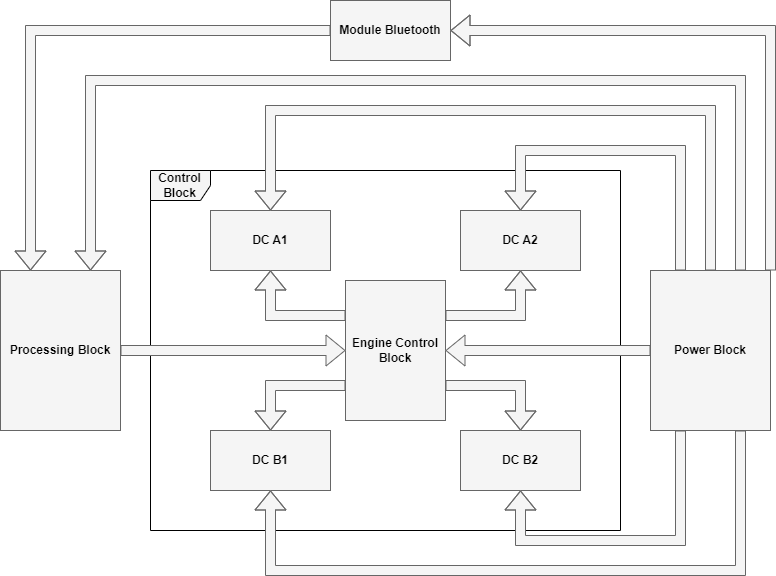
The draw.io diagram Block Diagram.drawio.png in lil-dua/arduino_bluetooth_car, before a commit. Source tidied: cells renumbered, new cells last; positions are measured from the earlier drawing's top-left corner, leaving out a move shared by most shapes.
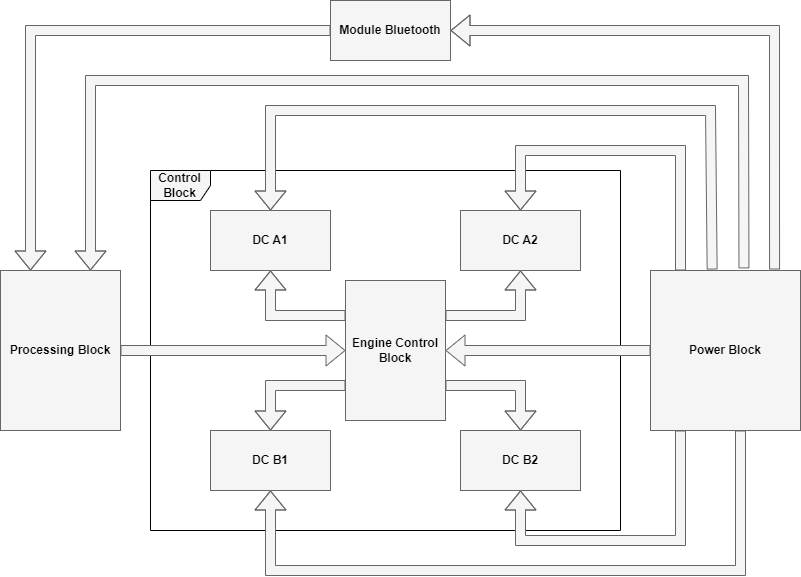
After the change.

Diff of the diagram source:
```diff
@@ -27,7 +27,7 @@
       <mxGeometry x="330" width="120" height="60" as="geometry" />
     </mxCell>
     <mxCell id="10" value="&lt;font color=&quot;#000000&quot;&gt;&lt;b&gt;Power Block&lt;/b&gt;&lt;/font&gt;" style="rounded=0;whiteSpace=wrap;html=1;fillColor=#f5f5f5;fontColor=#333333;strokeColor=#666666;" parent="1" vertex="1">
-      <mxGeometry x="650" y="270" width="120" height="160" as="geometry" />
+      <mxGeometry x="650" y="270" width="150" height="160" as="geometry" />
     </mxCell>
     <mxCell id="11" style="shape=flexArrow;endArrow=classic;html=1;rounded=0;exitX=0;exitY=0.25;exitDx=0;exitDy=0;entryX=0.5;entryY=1;entryDx=0;entryDy=0;fillColor=#f5f5f5;strokeColor=#666666;" parent="1" edge="1" source="4" target="5">
       <mxGeometry relative="1" as="geometry">
@@ -70,38 +70,40 @@
         </Array>
       </mxGeometry>
     </mxCell>
-    <mxCell id="18" style="shape=flexArrow;endArrow=classic;html=1;rounded=0;exitX=0.75;exitY=0;exitDx=0;exitDy=0;entryX=0.75;entryY=0;entryDx=0;entryDy=0;fillColor=#f5f5f5;strokeColor=#666666;" parent="1" edge="1" source="10" target="2">
+    <mxCell id="18" style="shape=flexArrow;endArrow=classic;html=1;rounded=0;exitX=0.623;exitY=-0.013;exitDx=0;exitDy=0;entryX=0.75;entryY=0;entryDx=0;entryDy=0;fillColor=#f5f5f5;strokeColor=#666666;exitPerimeter=0;" parent="1" edge="1" source="10" target="2">
       <mxGeometry relative="1" as="geometry">
         <Array as="points">
-          <mxPoint x="740" y="80" />
+          <mxPoint x="743" y="80" />
           <mxPoint x="90" y="80" />
         </Array>
       </mxGeometry>
     </mxCell>
-    <mxCell id="19" style="shape=flexArrow;endArrow=classic;html=1;rounded=0;exitX=1;exitY=0;exitDx=0;exitDy=0;entryX=1;entryY=0.5;entryDx=0;entryDy=0;fillColor=#f5f5f5;strokeColor=#666666;" parent="1" edge="1" source="10" target="9">
+    <mxCell id="19" style="shape=flexArrow;endArrow=classic;html=1;rounded=0;exitX=0.827;exitY=-0.006;exitDx=0;exitDy=0;entryX=1;entryY=0.5;entryDx=0;entryDy=0;fillColor=#f5f5f5;strokeColor=#666666;exitPerimeter=0;" parent="1" edge="1" source="10" target="9">
       <mxGeometry relative="1" as="geometry">
         <Array as="points">
-          <mxPoint x="770" y="30" />
+          <mxPoint x="774" y="30" />
         </Array>
       </mxGeometry>
     </mxCell>
-    <mxCell id="20" style="shape=flexArrow;endArrow=classic;html=1;rounded=0;exitX=0.25;exitY=1;exitDx=0;exitDy=0;entryX=0.5;entryY=1;entryDx=0;entryDy=0;fillColor=#f5f5f5;strokeColor=#666666;" parent="1" edge="1" source="10" target="7">
+    <mxCell id="20" style="shape=flexArrow;endArrow=classic;html=1;rounded=0;entryX=0.5;entryY=1;entryDx=0;entryDy=0;fillColor=#f5f5f5;strokeColor=#666666;" parent="1" edge="1" target="7">
       <mxGeometry relative="1" as="geometry">
+        <mxPoint x="680" y="430" as="sourcePoint" />
         <Array as="points">
           <mxPoint x="680" y="540" />
           <mxPoint x="520" y="540" />
         </Array>
       </mxGeometry>
     </mxCell>
-    <mxCell id="21" style="shape=flexArrow;endArrow=classic;html=1;rounded=0;exitX=0.75;exitY=1;exitDx=0;exitDy=0;entryX=0.5;entryY=1;entryDx=0;entryDy=0;fillColor=#f5f5f5;strokeColor=#666666;" parent="1" edge="1" source="10" target="6">
+    <mxCell id="21" style="shape=flexArrow;endArrow=classic;html=1;rounded=0;entryX=0.5;entryY=1;entryDx=0;entryDy=0;fillColor=#f5f5f5;strokeColor=#666666;" parent="1" edge="1" target="6">
       <mxGeometry relative="1" as="geometry">
+        <mxPoint x="740" y="430" as="sourcePoint" />
         <Array as="points">
           <mxPoint x="740" y="570" />
           <mxPoint x="270" y="570" />
         </Array>
       </mxGeometry>
     </mxCell>
-    <mxCell id="22" style="shape=flexArrow;endArrow=classic;html=1;rounded=0;exitX=0.5;exitY=0;exitDx=0;exitDy=0;entryX=0.5;entryY=0;entryDx=0;entryDy=0;fillColor=#f5f5f5;strokeColor=#666666;" parent="1" edge="1" source="10" target="5">
+    <mxCell id="22" style="shape=flexArrow;endArrow=classic;html=1;rounded=0;exitX=0.411;exitY=-0.006;exitDx=0;exitDy=0;entryX=0.5;entryY=0;entryDx=0;entryDy=0;fillColor=#f5f5f5;strokeColor=#666666;exitPerimeter=0;" parent="1" edge="1" source="10" target="5">
       <mxGeometry relative="1" as="geometry">
         <Array as="points">
           <mxPoint x="710" y="110" />
@@ -109,8 +111,9 @@
         </Array>
       </mxGeometry>
     </mxCell>
-    <mxCell id="23" style="shape=flexArrow;endArrow=classic;html=1;rounded=0;exitX=0.25;exitY=0;exitDx=0;exitDy=0;entryX=0.5;entryY=0;entryDx=0;entryDy=0;fillColor=#f5f5f5;strokeColor=#666666;" parent="1" edge="1" source="10" target="8">
+    <mxCell id="23" style="shape=flexArrow;endArrow=classic;html=1;rounded=0;entryX=0.5;entryY=0;entryDx=0;entryDy=0;fillColor=#f5f5f5;strokeColor=#666666;" parent="1" edge="1" target="8">
       <mxGeometry relative="1" as="geometry">
+        <mxPoint x="680" y="270" as="sourcePoint" />
         <Array as="points">
           <mxPoint x="680" y="150" />
           <mxPoint x="520" y="150" />
```
